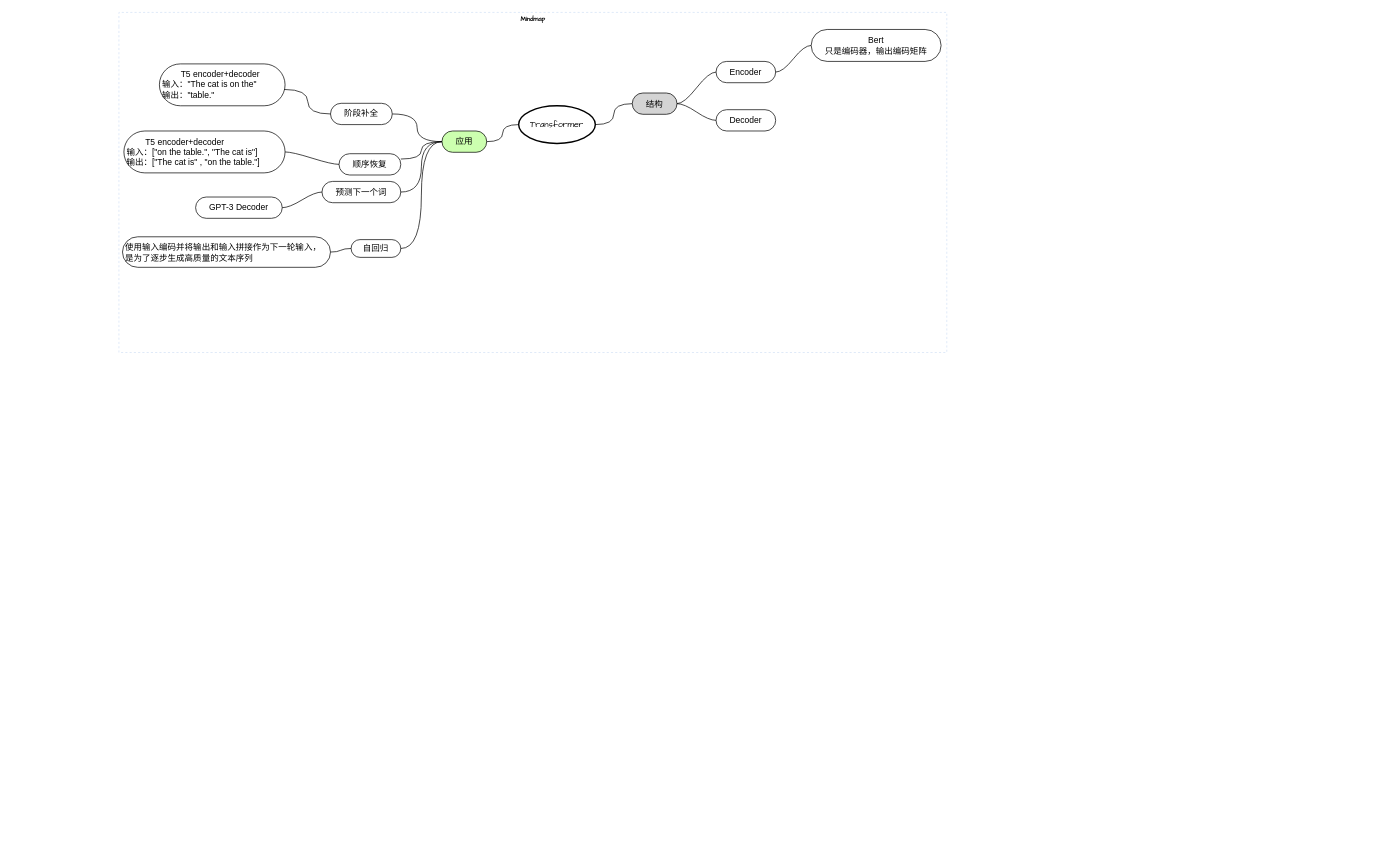
This is ai/Transformer.drawio from conglanjun/notebook_learn, a draw.io file, before an edit. Source tidied: cells renumbered, new cells numbered last; positions are measured from the earlier drawing's top-left corner, leaving out a move shared by most shapes. Both pictures are drawn from the tidied source at 71%, with x=0, y=0 at pixel (119, 12).
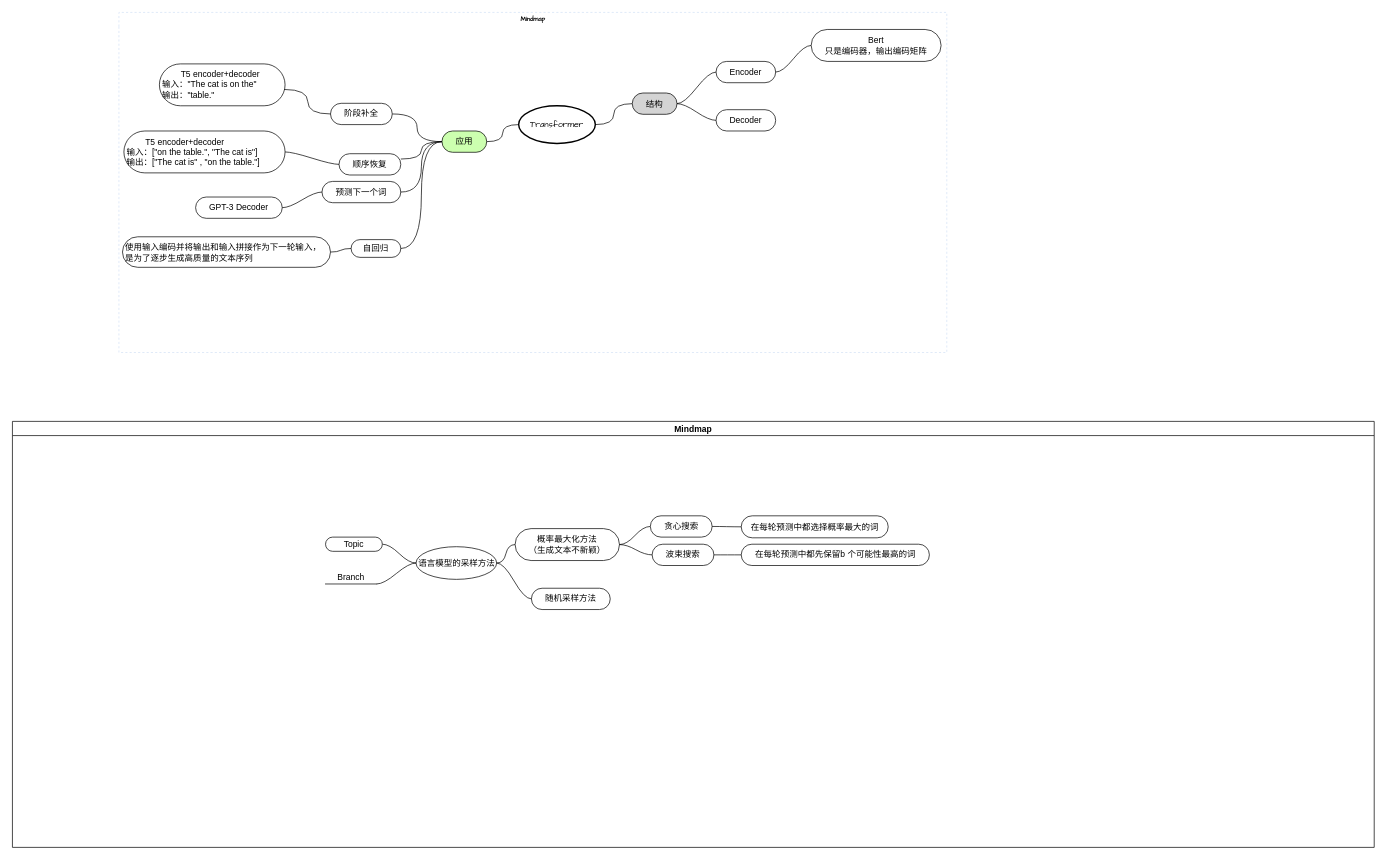
The same diagram, later.

Diff of the diagram source:
```diff
@@
+    <mxCell id="30" value="Mindmap" style="swimlane;startSize=20;horizontal=1;containerType=tree;" parent="1" vertex="1">
+      <mxGeometry x="-150" y="576" width="1918" height="600" as="geometry" />
+    </mxCell>
+    <mxCell id="31" style="edgeStyle=entityRelationEdgeStyle;startArrow=none;endArrow=none;segment=10;curved=1;sourcePerimeterSpacing=0;targetPerimeterSpacing=0;rounded=0;" parent="30" edge="1" source="35" target="36">
+      <mxGeometry relative="1" as="geometry" />
+    </mxCell>
+    <mxCell id="32" style="edgeStyle=entityRelationEdgeStyle;startArrow=none;endArrow=none;segment=10;curved=1;sourcePerimeterSpacing=0;targetPerimeterSpacing=0;rounded=0;" parent="30" edge="1" source="35" target="37">
+      <mxGeometry relative="1" as="geometry" />
+    </mxCell>
+    <mxCell id="33" style="edgeStyle=entityRelationEdgeStyle;startArrow=none;endArrow=none;segment=10;curved=1;sourcePerimeterSpacing=0;targetPerimeterSpacing=0;rounded=0;" parent="30" edge="1" source="35" target="38">
+      <mxGeometry relative="1" as="geometry" />
+    </mxCell>
+    <mxCell id="34" style="edgeStyle=entityRelationEdgeStyle;rounded=0;jettySize=auto;html=1;startArrow=none;endArrow=none;segment=10;curved=1;sourcePerimeterSpacing=0;targetPerimeterSpacing=0;entryX=0;entryY=0.5;entryDx=0;entryDy=0;" parent="30" edge="1" source="35" target="47">
+      <mxGeometry relative="1" as="geometry" />
+    </mxCell>
+    <mxCell id="35" value="语言模型的采样方法" style="ellipse;whiteSpace=wrap;html=1;align=center;newEdgeStyle={&quot;edgeStyle&quot;:&quot;entityRelationEdgeStyle&quot;,&quot;startArrow&quot;:&quot;none&quot;,&quot;endArrow&quot;:&quot;none&quot;,&quot;segment&quot;:10,&quot;curved&quot;:1,&quot;sourcePerimeterSpacing&quot;:0,&quot;targetPerimeterSpacing&quot;:0};" parent="30" vertex="1">
+      <mxGeometry x="568.5" y="176.5" width="113.5" height="46" as="geometry" />
+    </mxCell>
+    <mxCell id="36" value="概率最大化方法&lt;div&gt;（生成文本不新颖）&lt;/div&gt;" style="whiteSpace=wrap;html=1;rounded=1;arcSize=50;align=center;verticalAlign=middle;strokeWidth=1;spacing=4;newEdgeStyle={&quot;edgeStyle&quot;:&quot;entityRelationEdgeStyle&quot;,&quot;startArrow&quot;:&quot;none&quot;,&quot;endArrow&quot;:&quot;none&quot;,&quot;segment&quot;:10,&quot;curved&quot;:1,&quot;sourcePerimeterSpacing&quot;:0,&quot;targetPerimeterSpacing&quot;:0};" parent="30" vertex="1">
+      <mxGeometry x="708" y="151" width="147" height="45" as="geometry" />
+    </mxCell>
+    <mxCell id="37" value="Topic" style="whiteSpace=wrap;html=1;rounded=1;arcSize=50;align=center;verticalAlign=middle;strokeWidth=1;spacing=4;newEdgeStyle={&quot;edgeStyle&quot;:&quot;entityRelationEdgeStyle&quot;,&quot;startArrow&quot;:&quot;none&quot;,&quot;endArrow&quot;:&quot;none&quot;,&quot;segment&quot;:10,&quot;curved&quot;:1,&quot;sourcePerimeterSpacing&quot;:0,&quot;targetPerimeterSpacing&quot;:0};" parent="30" vertex="1">
+      <mxGeometry x="441" y="163" width="80" height="20" as="geometry" />
+    </mxCell>
+    <mxCell id="38" value="Branch" style="whiteSpace=wrap;html=1;shape=partialRectangle;top=0;left=0;bottom=1;right=0;points=[[0,1],[1,1]];fillColor=none;align=center;verticalAlign=bottom;routingCenterY=0.5;snapToPoint=1;newEdgeStyle={&quot;edgeStyle&quot;:&quot;entityRelationEdgeStyle&quot;,&quot;startArrow&quot;:&quot;none&quot;,&quot;endArrow&quot;:&quot;none&quot;,&quot;segment&quot;:10,&quot;curved&quot;:1,&quot;sourcePerimeterSpacing&quot;:0,&quot;targetPerimeterSpacing&quot;:0};" parent="30" vertex="1">
+      <mxGeometry x="441" y="203" width="72" height="26" as="geometry" />
+    </mxCell>
+    <mxCell id="39" style="edgeStyle=entityRelationEdgeStyle;startArrow=none;endArrow=none;segment=10;curved=1;sourcePerimeterSpacing=0;targetPerimeterSpacing=0;rounded=0;" parent="30" edge="1" source="36" target="40">
+      <mxGeometry relative="1" as="geometry" />
+    </mxCell>
+    <mxCell id="40" value="贪心搜索" style="whiteSpace=wrap;html=1;rounded=1;arcSize=50;align=center;verticalAlign=middle;strokeWidth=1;spacing=4;newEdgeStyle={&quot;edgeStyle&quot;:&quot;entityRelationEdgeStyle&quot;,&quot;startArrow&quot;:&quot;none&quot;,&quot;endArrow&quot;:&quot;none&quot;,&quot;segment&quot;:10,&quot;curved&quot;:1,&quot;sourcePerimeterSpacing&quot;:0,&quot;targetPerimeterSpacing&quot;:0};" parent="30" vertex="1">
+      <mxGeometry x="898.5" y="133" width="87" height="30" as="geometry" />
+    </mxCell>
+    <mxCell id="41" style="edgeStyle=entityRelationEdgeStyle;startArrow=none;endArrow=none;segment=10;curved=1;sourcePerimeterSpacing=0;targetPerimeterSpacing=0;rounded=0;" parent="30" edge="1" source="36" target="42">
+      <mxGeometry relative="1" as="geometry" />
+    </mxCell>
+    <mxCell id="42" value="波束搜索" style="whiteSpace=wrap;html=1;rounded=1;arcSize=50;align=center;verticalAlign=middle;strokeWidth=1;spacing=4;newEdgeStyle={&quot;edgeStyle&quot;:&quot;entityRelationEdgeStyle&quot;,&quot;startArrow&quot;:&quot;none&quot;,&quot;endArrow&quot;:&quot;none&quot;,&quot;segment&quot;:10,&quot;curved&quot;:1,&quot;sourcePerimeterSpacing&quot;:0,&quot;targetPerimeterSpacing&quot;:0};" parent="30" vertex="1">
+      <mxGeometry x="901" y="173" width="87" height="30" as="geometry" />
+    </mxCell>
+    <mxCell id="43" style="edgeStyle=entityRelationEdgeStyle;startArrow=none;endArrow=none;segment=10;curved=1;sourcePerimeterSpacing=0;targetPerimeterSpacing=0;rounded=0;" parent="30" edge="1" source="40" target="44">
+      <mxGeometry relative="1" as="geometry" />
+    </mxCell>
+    <mxCell id="44" value="&lt;p&gt;在每轮预测中都选择概率最大的词&lt;/p&gt;" style="whiteSpace=wrap;html=1;rounded=1;arcSize=50;align=center;verticalAlign=middle;strokeWidth=1;spacing=4;newEdgeStyle={&quot;edgeStyle&quot;:&quot;entityRelationEdgeStyle&quot;,&quot;startArrow&quot;:&quot;none&quot;,&quot;endArrow&quot;:&quot;none&quot;,&quot;segment&quot;:10,&quot;curved&quot;:1,&quot;sourcePerimeterSpacing&quot;:0,&quot;targetPerimeterSpacing&quot;:0};" parent="30" vertex="1" collapsed="1">
+      <mxGeometry x="1026.5" y="133" width="207" height="31" as="geometry" />
+    </mxCell>
+    <mxCell id="45" style="edgeStyle=entityRelationEdgeStyle;startArrow=none;endArrow=none;segment=10;curved=1;sourcePerimeterSpacing=0;targetPerimeterSpacing=0;rounded=0;" parent="30" edge="1" source="42" target="46">
+      <mxGeometry relative="1" as="geometry" />
+    </mxCell>
+    <mxCell id="46" value="在每轮预测中都先保留b 个可能性最高的词" style="whiteSpace=wrap;html=1;rounded=1;arcSize=50;align=center;verticalAlign=middle;strokeWidth=1;spacing=4;newEdgeStyle={&quot;edgeStyle&quot;:&quot;entityRelationEdgeStyle&quot;,&quot;startArrow&quot;:&quot;none&quot;,&quot;endArrow&quot;:&quot;none&quot;,&quot;segment&quot;:10,&quot;curved&quot;:1,&quot;sourcePerimeterSpacing&quot;:0,&quot;targetPerimeterSpacing&quot;:0};" parent="30" vertex="1" collapsed="1">
+      <mxGeometry x="1026.5" y="173" width="265" height="30" as="geometry" />
+    </mxCell>
+    <mxCell id="47" value="随机采样方法" style="whiteSpace=wrap;html=1;rounded=1;arcSize=50;align=center;verticalAlign=middle;strokeWidth=1;spacing=4;newEdgeStyle={&quot;edgeStyle&quot;:&quot;entityRelationEdgeStyle&quot;,&quot;startArrow&quot;:&quot;none&quot;,&quot;endArrow&quot;:&quot;none&quot;,&quot;segment&quot;:10,&quot;curved&quot;:1,&quot;sourcePerimeterSpacing&quot;:0,&quot;targetPerimeterSpacing&quot;:0};" parent="30" vertex="1">
+      <mxGeometry x="731" y="235" width="111" height="30" as="geometry" />
+    </mxCell>
```
